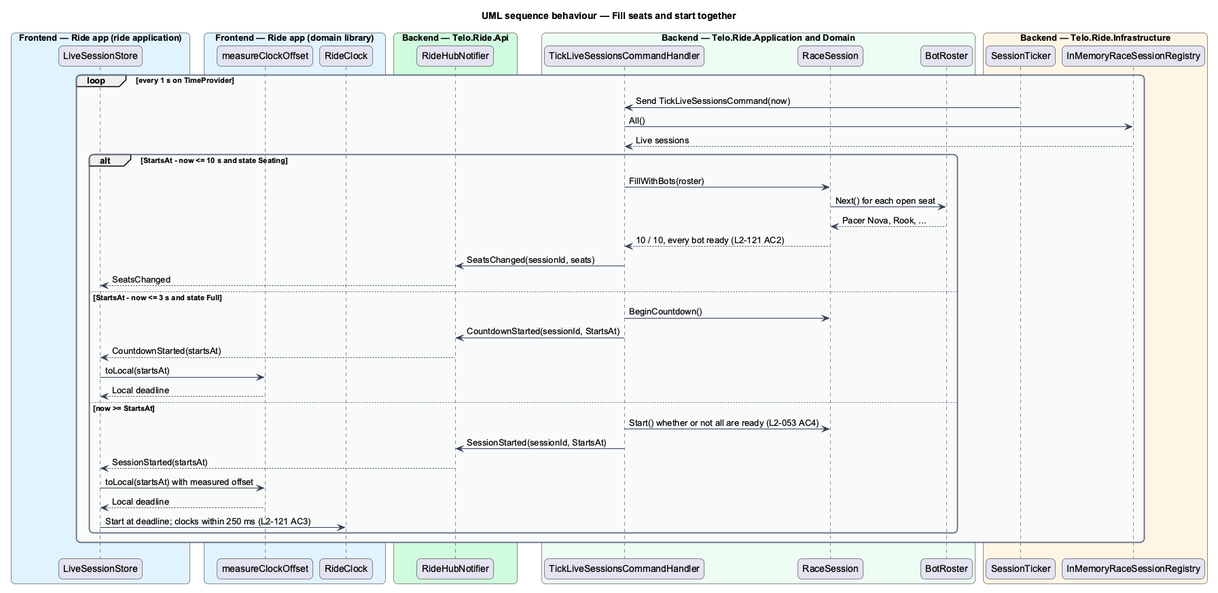
QuinntyneBrown/wattzup keeps this PlantUML diagram as docs/detailed-designs/multiplayer/run-a-race-session/diagrams/sequence-fill-and-start.png. Above is the earlier version. Source of this version:
```plantuml
@startuml
title UML sequence behaviour — Fill seats and start together
skinparam backgroundColor #FFFFFF
skinparam shadowing false
skinparam roundcorner 12
skinparam defaultFontName Arial
skinparam ArrowColor #344054
skinparam rectangle {
  BorderColor #344054
  FontColor #101828
}
skinparam package {
  BorderColor #667085
  FontColor #101828
  BackgroundColor #F9FAFB
}
box "Frontend — Ride app (ride application)" #E0F2FE
  participant "LiveSessionStore" as store
end box
box "Frontend — Ride app (domain library)" #E0F2FE
  participant "measureClockOffset" as clock
  participant "RideClock" as rideclock
end box
box "Backend — Telo.Ride.Api" #D1FADF
  participant "RideHubNotifier" as notifier
end box
box "Backend — Telo.Ride.Application and Domain" #ECFDF3
  participant "TickLiveSessionsCommandHandler" as tick
  participant "RaceSession" as session
  participant "BotRoster" as roster
end box
box "Backend — Telo.Ride.Infrastructure" #FFF4E5
  participant "SessionTicker" as ticker
  participant "InMemoryRaceSessionRegistry" as registry
end box
loop every 1 s on TimeProvider
  ticker -> tick : Send TickLiveSessionsCommand(now)
  tick -> registry : All()
  registry --> tick : Live sessions
  alt StartsAt - now <= 10 s and state Seating
    tick -> session : FillWithBots(roster)
    session -> roster : Next() for each open seat
    roster --> session : Pacer Nova, Rook, ...
    session --> tick : 10 / 10, every bot ready (L2-121 AC2)
    tick -> notifier : SeatsChanged(sessionId, seats)
    notifier --> store : SeatsChanged
  else StartsAt - now <= 3 s and state Full
    tick -> session : BeginCountdown()
    tick -> notifier : CountdownStarted(sessionId, StartsAt)
    notifier --> store : CountdownStarted(startsAt)
    store -> clock : toLocal(startsAt)
    clock --> store : Local deadline
  else now >= StartsAt
    tick -> session : Start() whether or not all are ready (L2-053 AC4)
    tick -> notifier : SessionStarted(sessionId, StartsAt)
    notifier --> store : SessionStarted(startsAt)
    store -> clock : toLocal(startsAt) with measured offset
    clock --> store : Local deadline
    store -> rideclock : Start at deadline; clocks within 250 ms (L2-121 AC3)
  end
end
@enduml
```
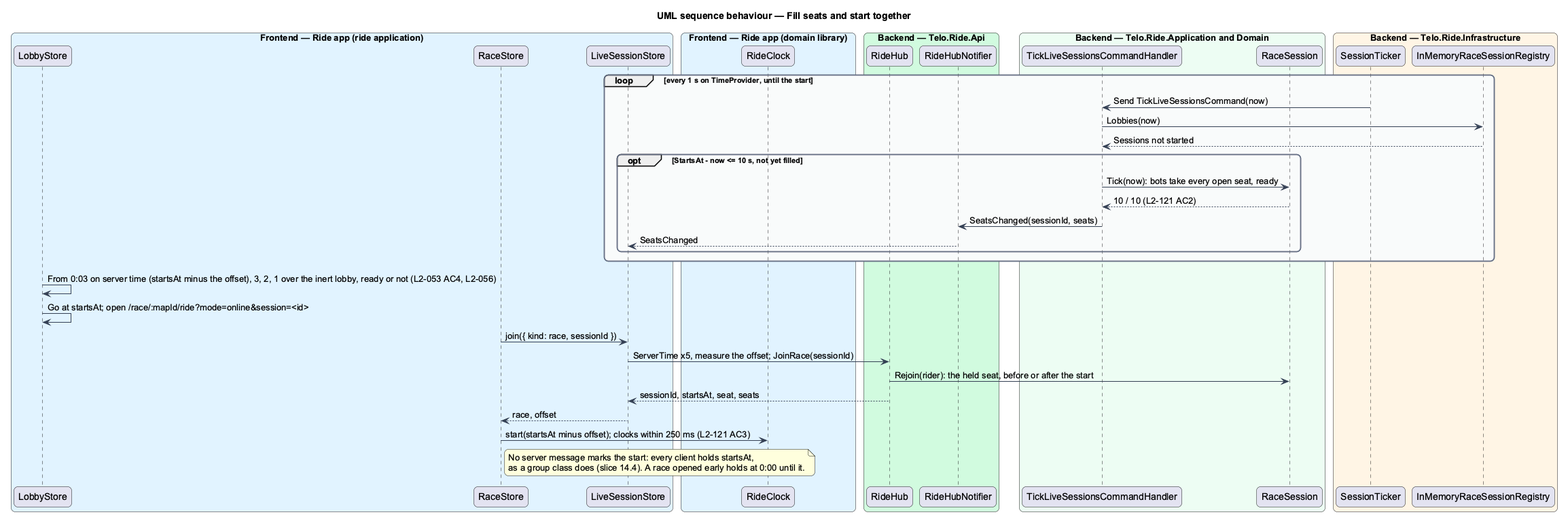
The same file after the commit.

Diff of the diagram source:
```diff
@@ -15,48 +15,43 @@
   BackgroundColor #F9FAFB
 }
 box "Frontend — Ride app (ride application)" #E0F2FE
+  participant "LobbyStore" as lobby
+  participant "RaceStore" as race
   participant "LiveSessionStore" as store
 end box
 box "Frontend — Ride app (domain library)" #E0F2FE
-  participant "measureClockOffset" as clock
   participant "RideClock" as rideclock
 end box
 box "Backend — Telo.Ride.Api" #D1FADF
+  participant "RideHub" as hub
   participant "RideHubNotifier" as notifier
 end box
 box "Backend — Telo.Ride.Application and Domain" #ECFDF3
   participant "TickLiveSessionsCommandHandler" as tick
   participant "RaceSession" as session
-  participant "BotRoster" as roster
 end box
 box "Backend — Telo.Ride.Infrastructure" #FFF4E5
   participant "SessionTicker" as ticker
   participant "InMemoryRaceSessionRegistry" as registry
 end box
-loop every 1 s on TimeProvider
+loop every 1 s on TimeProvider, until the start
   ticker -> tick : Send TickLiveSessionsCommand(now)
-  tick -> registry : All()
-  registry --> tick : Live sessions
-  alt StartsAt - now <= 10 s and state Seating
-    tick -> session : FillWithBots(roster)
-    session -> roster : Next() for each open seat
-    roster --> session : Pacer Nova, Rook, ...
-    session --> tick : 10 / 10, every bot ready (L2-121 AC2)
+  tick -> registry : Lobbies(now)
+  registry --> tick : Sessions not started
+  opt StartsAt - now <= 10 s, not yet filled
+    tick -> session : Tick(now): bots take every open seat, ready
+    session --> tick : 10 / 10 (L2-121 AC2)
     tick -> notifier : SeatsChanged(sessionId, seats)
     notifier --> store : SeatsChanged
-  else StartsAt - now <= 3 s and state Full
-    tick -> session : BeginCountdown()
-    tick -> notifier : CountdownStarted(sessionId, StartsAt)
-    notifier --> store : CountdownStarted(startsAt)
-    store -> clock : toLocal(startsAt)
-    clock --> store : Local deadline
-  else now >= StartsAt
-    tick -> session : Start() whether or not all are ready (L2-053 AC4)
-    tick -> notifier : SessionStarted(sessionId, StartsAt)
-    notifier --> store : SessionStarted(startsAt)
-    store -> clock : toLocal(startsAt) with measured offset
-    clock --> store : Local deadline
-    store -> rideclock : Start at deadline; clocks within 250 ms (L2-121 AC3)
   end
 end
+lobby -> lobby : From 0:03 on server time (startsAt minus the offset), 3, 2, 1 over the inert lobby, ready or not (L2-053 AC4, L2-056)
+lobby -> lobby : Go at startsAt; open /race/:mapId/ride?mode=online&session=<id>
+race -> store : join({ kind: race, sessionId })
+store -> hub : ServerTime x5, measure the offset; JoinRace(sessionId)
+hub -> session : Rejoin(rider): the held seat, before or after the start
+hub --> store : sessionId, startsAt, seat, seats
+store --> race : race, offset
+race -> rideclock : start(startsAt minus offset); clocks within 250 ms (L2-121 AC3)
+note right of race : No server message marks the start: every client holds startsAt,\nas a group class does (slice 14.4). A race opened early holds at 0:00 until it.
 @enduml
```
